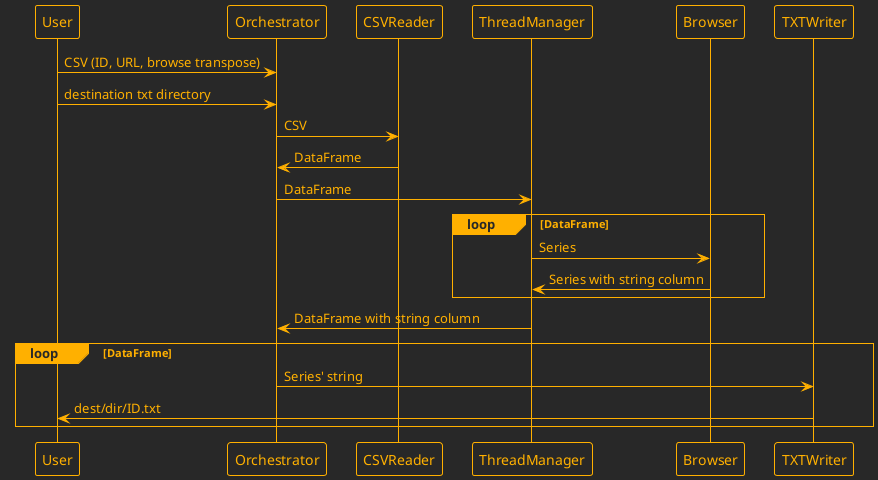
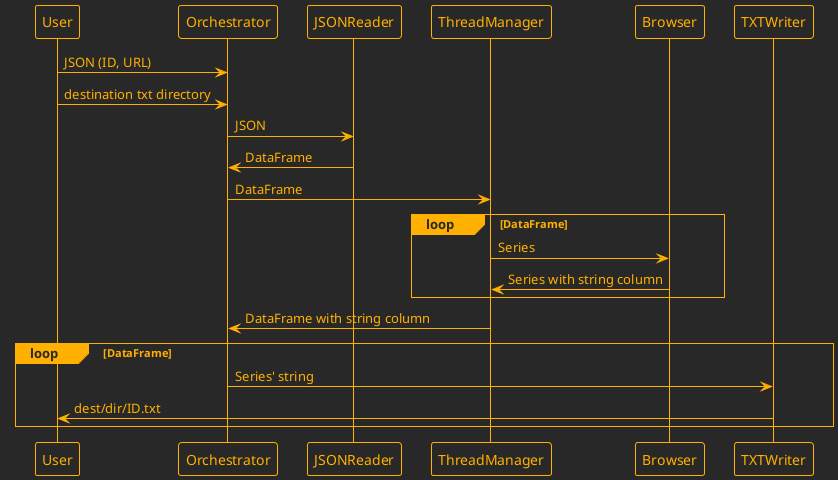
@startuml flow
!theme crt-amber

participant User
participant Orchestrator
- participant CSVReader
+ participant JSONReader
participant ThreadManager
participant Browser
participant TXTWriter

- User         -> Orchestrator : CSV (ID, URL, browse transpose)
- User         -> Orchestrator : destination txt directory
- Orchestrator -> CSVReader    : CSV
- CSVReader    -> Orchestrator : DataFrame
- Orchestrator -> ThreadManager: DataFrame
+ User         -> Orchestrator  : JSON (ID, URL)
+ User         -> Orchestrator  : destination txt directory
+ Orchestrator -> JSONReader    : JSON
+ JSONReader   -> Orchestrator  : DataFrame
+ Orchestrator -> ThreadManager : DataFrame
loop DataFrame
-     ThreadManager -> Browser      : Series
-     Browser       -> ThreadManager: Series with string column
+     ThreadManager -> Browser       : Series
+     Browser       -> ThreadManager : Series with string column
end
- ThreadManager -> Orchestrator: DataFrame with string column
+ ThreadManager -> Orchestrator : DataFrame with string column
loop DataFrame
-     Orchestrator -> TXTWriter: Series' string
-     TXTWriter    -> User     : dest/dir/ID.txt
+     Orchestrator -> TXTWriter : Series' string
+     TXTWriter    -> User      : dest/dir/ID.txt
end

@enduml